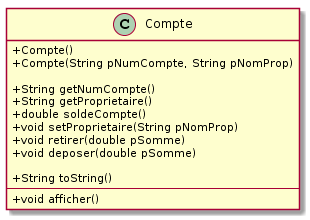
Above: POO/images/classeCompteInterface.png in IUT-Blagnac/POO (PlantUML), before the change.
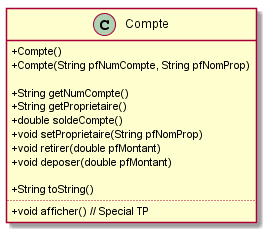
Later version of the same file.

What changed in the source:
```diff
@@ -3,17 +3,18 @@
 
 class Compte {
 	+ Compte()
-	+ Compte(String pNumCompte, String pNomProp)
+	+ Compte(String pfNumCompte, String pfNomProp)
 
 	+ String getNumCompte()
 	+ String getProprietaire()
 	+ double soldeCompte()
-	+ void setProprietaire(String pNomProp)
-	+ void retirer(double pSomme)
-	+ void deposer(double pSomme)
+	+ void setProprietaire(String pfNomProp)
+	+ void retirer(double pfMontant)
+	+ void deposer(double pfMontant)
 
 	+ String toString()
-	---
-	+ void afficher()
+....
+	+ void afficher() // Special TP
 }
+
 @enduml
```
